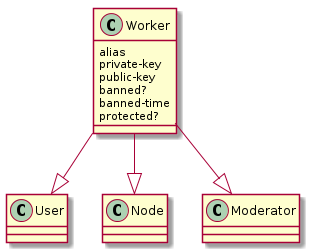
This is img/worker-class.png from wetube/bitcloud, a PlantUML export, as it was before one commit.
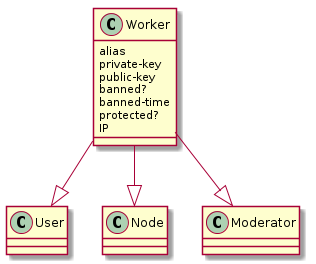
After the change.

What changed in the source:
```diff
@@ -1,12 +1,13 @@
 @startuml
 User:
 class Worker {
-     alias
-     private-key
-     public-key
-     banned?
-     banned-time
-     protected?
+ alias
+ private-key
+ public-key
+ banned?
+ banned-time
+ protected?
+ IP
 }
 Worker --|>  Node
 Worker --|> Moderator
```
